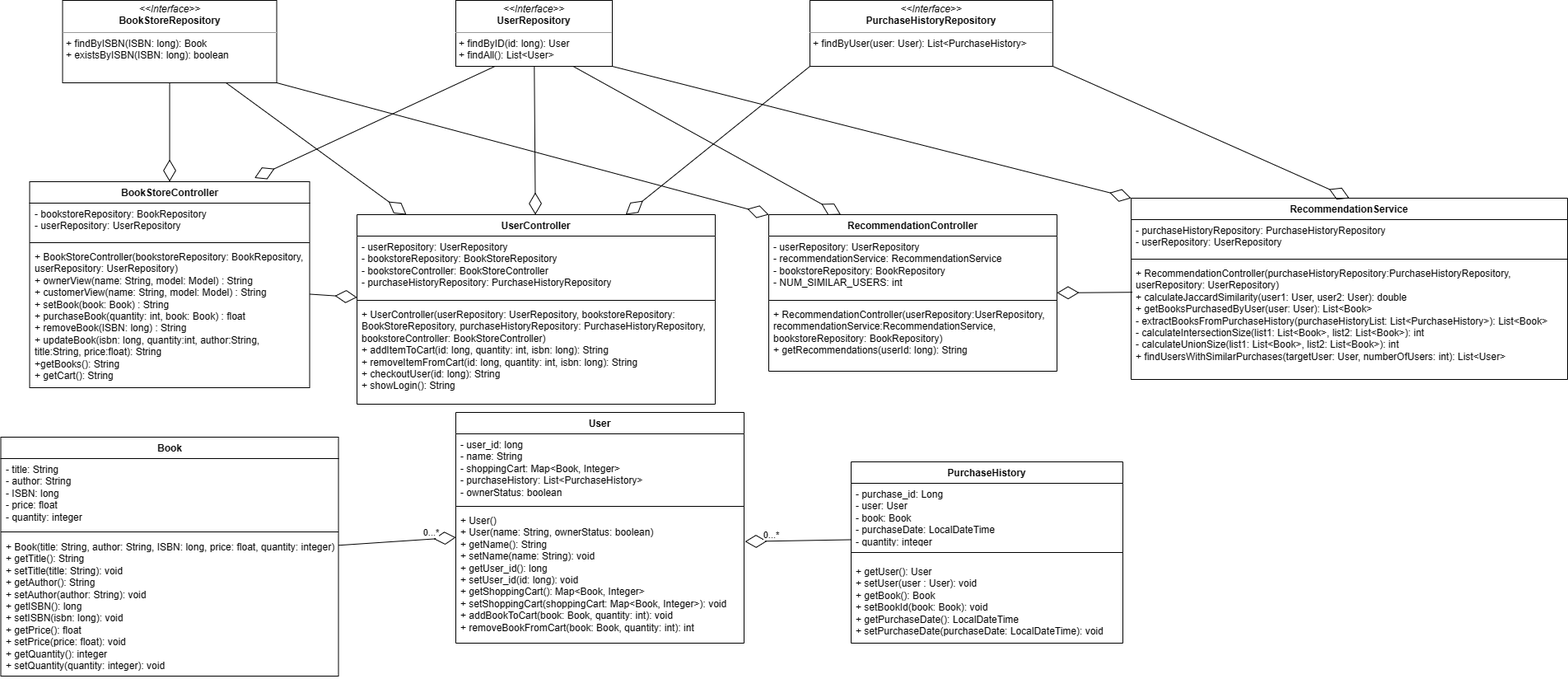
The draw.io diagram diagrams/UML_M2.png in FARHAN-MAHAMUD/SYSC-4806-Project, before a commit. Source tidied: cells renumbered, new cells last; positions are measured from the earlier drawing's top-left corner, leaving out a move shared by most shapes. Its diagram source:
```xml
<mxGraphModel>
  <root>
    <mxCell id="0" />
    <mxCell id="1" parent="0" />
    <mxCell id="2" value="Book" style="swimlane;fontStyle=1;align=center;verticalAlign=top;horizontal=1;startSize=26;whiteSpace=wrap;html=1;" parent="1" vertex="1">
      <mxGeometry x="-0.5" y="530" width="410" height="290" as="geometry" />
    </mxCell>
    <mxCell id="3" value="- title: String&lt;br style=&quot;border-color: var(--border-color);&quot;&gt;- author: String&lt;br style=&quot;border-color: var(--border-color);&quot;&gt;- ISBN: long&lt;br&gt;- price: float&lt;br&gt;- quantity: integer" style="text;strokeColor=none;fillColor=none;align=left;verticalAlign=top;spacingLeft=4;spacingRight=4;overflow=hidden;whiteSpace=wrap;html=1;" parent="2" vertex="1">
      <mxGeometry y="26" width="410" height="84" as="geometry" />
    </mxCell>
    <mxCell id="4" style="line;strokeWidth=1;fillColor=none;align=left;verticalAlign=middle;spacingTop=-1;spacingLeft=3;spacingRight=3;labelPosition=right;strokeColor=inherit;" parent="2" vertex="1">
      <mxGeometry y="110" width="410" height="10" as="geometry" />
    </mxCell>
    <mxCell id="5" value="+ Book(title: String, author: String, ISBN: long, price: float, quantity: integer)&lt;br&gt;+ getTitle(): String&lt;br&gt;+ setTitle(title: String): void&lt;br&gt;+ getAuthor(): String&lt;br style=&quot;border-color: var(--border-color);&quot;&gt;+ setAuthor(author: String): void&lt;br&gt;+ getISBN(): long&lt;br style=&quot;border-color: var(--border-color);&quot;&gt;+ setISBN(isbn: long): void&lt;br&gt;+ getPrice(): float&lt;br style=&quot;border-color: var(--border-color);&quot;&gt;+ setPrice(price: float): void&lt;br&gt;+ getQuantity(): integer&lt;br style=&quot;border-color: var(--border-color);&quot;&gt;+ setQuantity(quantity: integer): void" style="text;strokeColor=none;fillColor=none;align=left;verticalAlign=top;spacingLeft=4;spacingRight=4;overflow=hidden;whiteSpace=wrap;html=1;" parent="2" vertex="1">
      <mxGeometry y="120" width="410" height="170" as="geometry" />
    </mxCell>
    <mxCell id="6" value="User" style="swimlane;fontStyle=1;align=center;verticalAlign=top;horizontal=1;startSize=26;whiteSpace=wrap;html=1;" parent="1" vertex="1">
      <mxGeometry x="552" y="500" width="350" height="280" as="geometry" />
    </mxCell>
    <mxCell id="7" value="- user_id: long&lt;br&gt;- name: String&lt;br&gt;- shoppingCart: Map&amp;lt;Book, Integer&amp;gt;&lt;br&gt;-&amp;nbsp;purchaseHistory&lt;span style=&quot;background-color: initial;&quot;&gt;: List&amp;lt;PurchaseHistory&amp;gt;&lt;br&gt;- ownerStatus: boolean&lt;br&gt;&lt;/span&gt;" style="text;strokeColor=none;fillColor=none;align=left;verticalAlign=top;spacingLeft=4;spacingRight=4;overflow=hidden;whiteSpace=wrap;html=1;" parent="6" vertex="1">
      <mxGeometry y="26" width="350" height="84" as="geometry" />
    </mxCell>
    <mxCell id="8" style="line;strokeWidth=1;fillColor=none;align=left;verticalAlign=middle;spacingTop=-1;spacingLeft=3;spacingRight=3;labelPosition=right;strokeColor=inherit;" parent="6" vertex="1">
      <mxGeometry y="110" width="350" height="8" as="geometry" />
    </mxCell>
    <mxCell id="9" value="+ User()&lt;br&gt;+ User(name: String, ownerStatus: boolean)&lt;br&gt;+ getName(): String&lt;br&gt;+ setName(name: String): void&lt;br&gt;+ getUser_id(): long&lt;br&gt;+ setUser_id(id: long): void&lt;br&gt;+ getShoppingCart(): Map&amp;lt;Book, Integer&amp;gt;&lt;br&gt;+ setShoppingCart(shoppingCart: Map&amp;lt;Book, Integer&amp;gt;): void&lt;br&gt;+ addBookToCart(book: Book, quantity: int): void&lt;br&gt;+ removeBookFromCart(book: Book, quantity: int): int&lt;br&gt;&lt;br&gt;" style="text;strokeColor=none;fillColor=none;align=left;verticalAlign=top;spacingLeft=4;spacingRight=4;overflow=hidden;points=[[0,0.5],[1,0.5]];portConstraint=eastwest;whiteSpace=wrap;html=1;" parent="6" vertex="1">
      <mxGeometry y="118" width="350" height="162" as="geometry" />
    </mxCell>
    <mxCell id="10" style="endArrow=diamondThin;endFill=0;endSize=24;html=1;rounded=0;" parent="1" edge="1" source="2" target="6">
      <mxGeometry relative="1" as="geometry" />
    </mxCell>
    <mxCell id="11" value="0...*" style="edgeLabel;html=1;align=center;verticalAlign=middle;" parent="10" vertex="1">
      <mxGeometry x="0.56" relative="1" as="geometry">
        <mxPoint y="-10" as="offset" />
      </mxGeometry>
    </mxCell>
    <mxCell id="12" value="&lt;p style=&quot;margin:0px;margin-top:4px;text-align:center;&quot;&gt;&lt;i&gt;&amp;lt;&amp;lt;Interface&amp;gt;&amp;gt;&lt;/i&gt;&lt;br&gt;&lt;b&gt;BookStoreRepository&lt;/b&gt;&lt;/p&gt;&lt;hr size=&quot;1&quot;&gt;&lt;p style=&quot;margin:0px;margin-left:4px;&quot;&gt;&lt;/p&gt;&lt;p style=&quot;margin:0px;margin-left:4px;&quot;&gt;&lt;span style=&quot;background-color: initial;&quot;&gt;+ findByISBN(ISBN: long): Book&lt;/span&gt;&lt;br&gt;&lt;/p&gt;&lt;p style=&quot;margin:0px;margin-left:4px;&quot;&gt;&lt;span style=&quot;background-color: initial;&quot;&gt;+ existsByISBN(ISBN: long): boolean&lt;/span&gt;&lt;/p&gt;" style="verticalAlign=top;align=left;overflow=fill;fontSize=12;fontFamily=Helvetica;html=1;whiteSpace=wrap;" parent="1" vertex="1">
      <mxGeometry x="74.5" width="260" height="100" as="geometry" />
    </mxCell>
    <mxCell id="13" value="&lt;p style=&quot;margin:0px;margin-top:4px;text-align:center;&quot;&gt;&lt;i&gt;&amp;lt;&amp;lt;Interface&amp;gt;&amp;gt;&lt;/i&gt;&lt;br&gt;&lt;b&gt;UserRepository&lt;/b&gt;&lt;/p&gt;&lt;hr size=&quot;1&quot;&gt;&lt;p style=&quot;margin:0px;margin-left:4px;&quot;&gt;&lt;/p&gt;&lt;p style=&quot;margin:0px;margin-left:4px;&quot;&gt;&lt;span style=&quot;background-color: initial;&quot;&gt;+ findByID(id: long): User&lt;/span&gt;&lt;br&gt;&lt;/p&gt;&lt;p style=&quot;margin:0px;margin-left:4px;&quot;&gt;&lt;span style=&quot;background-color: initial;&quot;&gt;+ findAll(): List&amp;lt;User&amp;gt;&lt;/span&gt;&lt;/p&gt;" style="verticalAlign=top;align=left;overflow=fill;fontSize=12;fontFamily=Helvetica;html=1;whiteSpace=wrap;" parent="1" vertex="1">
      <mxGeometry x="552" width="190" height="80" as="geometry" />
    </mxCell>
    <mxCell id="14" value="BookStoreController" style="swimlane;fontStyle=1;align=center;verticalAlign=top;horizontal=1;startSize=26;whiteSpace=wrap;html=1;" parent="1" vertex="1">
      <mxGeometry x="34.5" y="220" width="340" height="250" as="geometry" />
    </mxCell>
    <mxCell id="15" value="- bookstoreRepository: BookRepository&lt;br&gt;- userRepository: UserRepository" style="text;strokeColor=none;fillColor=none;align=left;verticalAlign=top;spacingLeft=4;spacingRight=4;overflow=hidden;whiteSpace=wrap;html=1;" parent="14" vertex="1">
      <mxGeometry y="26" width="340" height="44" as="geometry" />
    </mxCell>
    <mxCell id="16" style="line;strokeWidth=1;fillColor=none;align=left;verticalAlign=middle;spacingTop=-1;spacingLeft=3;spacingRight=3;labelPosition=right;strokeColor=inherit;" parent="14" vertex="1">
      <mxGeometry y="70" width="340" height="8" as="geometry" />
    </mxCell>
    <mxCell id="17" value="+ BookStoreController(bookstoreRepository: BookRepository, userRepository: UserRepository)&lt;br&gt;+ ownerView(name: String, model: Model) : String&lt;br&gt;+ customerView(name: String, model: Model) : String&lt;br&gt;+ setBook(book: Book) : String&lt;br&gt;+ purchaseBook(quantity: int, book: Book) : float&lt;br style=&quot;border-color: var(--border-color);&quot;&gt;+ removeBook(ISBN: long) : String&lt;br&gt;+ updateBook(isbn: long, quantity:int, author:String, title:String, price:float): String&lt;br&gt;+getBooks():&amp;nbsp;String&lt;br&gt;+ getCart(): String" style="text;strokeColor=none;fillColor=none;align=left;verticalAlign=top;spacingLeft=4;spacingRight=4;overflow=hidden;whiteSpace=wrap;html=1;" parent="14" vertex="1">
      <mxGeometry y="78" width="340" height="172" as="geometry" />
    </mxCell>
    <mxCell id="18" value="UserController" style="swimlane;fontStyle=1;align=center;verticalAlign=top;horizontal=1;startSize=26;whiteSpace=wrap;html=1;" parent="1" vertex="1">
      <mxGeometry x="432" y="260" width="435" height="230" as="geometry" />
    </mxCell>
    <mxCell id="19" value="- userRepository: UserRepository&lt;br&gt;- bookstoreRepository: BookStoreRepository&lt;br&gt;- bookstoreController: BookStoreController&lt;br&gt;- purchaseHistoryRepository: PurchaseHistoryRepository" style="text;strokeColor=none;fillColor=none;align=left;verticalAlign=top;spacingLeft=4;spacingRight=4;overflow=hidden;whiteSpace=wrap;html=1;" parent="18" vertex="1">
      <mxGeometry y="26" width="435" height="74" as="geometry" />
    </mxCell>
    <mxCell id="20" style="line;strokeWidth=1;fillColor=none;align=left;verticalAlign=middle;spacingTop=-1;spacingLeft=3;spacingRight=3;labelPosition=right;strokeColor=inherit;" parent="18" vertex="1">
      <mxGeometry y="100" width="435" height="8" as="geometry" />
    </mxCell>
    <mxCell id="21" value="+ UserController(userRepository: UserRepository, bookstoreRepository: BookStoreRepository, purchaseHistoryRepository: PurchaseHistoryRepository, bookstoreController: BookStoreController)&lt;br&gt;+ addItemToCart(id: long, quantity: int, isbn: long): String&lt;br&gt;+&amp;nbsp;removeItemFromCart(id: long, quantity: int, isbn: long): String&lt;br&gt;+&amp;nbsp;checkoutUser(id: long): String&lt;br&gt;+&amp;nbsp;showLogin(): String&lt;br&gt;&lt;br&gt;" style="text;strokeColor=none;fillColor=none;align=left;verticalAlign=top;spacingLeft=4;spacingRight=4;overflow=hidden;whiteSpace=wrap;html=1;" parent="18" vertex="1">
      <mxGeometry y="108" width="435" height="122" as="geometry" />
    </mxCell>
    <mxCell id="22" style="endArrow=diamondThin;endFill=0;endSize=24;html=1;rounded=0;" parent="1" edge="1" source="12" target="14">
      <mxGeometry relative="1" as="geometry" />
    </mxCell>
    <mxCell id="23" style="endArrow=diamondThin;endFill=0;endSize=24;html=1;rounded=0;" parent="1" edge="1" source="13" target="18">
      <mxGeometry relative="1" as="geometry" />
    </mxCell>
    <mxCell id="24" style="endArrow=diamondThin;endFill=0;endSize=24;html=1;rounded=0;" parent="1" edge="1" source="12" target="18">
      <mxGeometry relative="1" as="geometry" />
    </mxCell>
    <mxCell id="25" style="endArrow=diamondThin;endFill=0;endSize=24;html=1;rounded=0;" parent="1" edge="1" source="14" target="18">
      <mxGeometry relative="1" as="geometry" />
    </mxCell>
    <mxCell id="26" value="&lt;p style=&quot;margin:0px;margin-top:4px;text-align:center;&quot;&gt;&lt;i&gt;&amp;lt;&amp;lt;Interface&amp;gt;&amp;gt;&lt;/i&gt;&lt;br&gt;&lt;b&gt;PurchaseHistoryRepository&lt;/b&gt;&lt;/p&gt;&lt;hr size=&quot;1&quot;&gt;&lt;p style=&quot;margin:0px;margin-left:4px;&quot;&gt;&lt;/p&gt;&lt;p style=&quot;margin:0px;margin-left:4px;&quot;&gt;&lt;span style=&quot;background-color: initial;&quot;&gt;+ findByUser(user: User): List&amp;lt;PurchaseHistory&amp;gt;&lt;/span&gt;&lt;/p&gt;" style="verticalAlign=top;align=left;overflow=fill;fontSize=12;fontFamily=Helvetica;html=1;whiteSpace=wrap;" parent="1" vertex="1">
      <mxGeometry x="982" width="295" height="80" as="geometry" />
    </mxCell>
    <mxCell id="27" value="PurchaseHistory" style="swimlane;fontStyle=1;align=center;verticalAlign=top;horizontal=1;startSize=26;whiteSpace=wrap;html=1;" parent="1" vertex="1">
      <mxGeometry x="1032" y="560" width="330" height="220" as="geometry" />
    </mxCell>
    <mxCell id="28" value="- purchase_id: Long&lt;br style=&quot;border-color: var(--border-color);&quot;&gt;- user: User&lt;br style=&quot;border-color: var(--border-color);&quot;&gt;- book: Book&lt;br&gt;- purchaseDate: LocalDateTime&lt;br&gt;- quantity: integer" style="text;strokeColor=none;fillColor=none;align=left;verticalAlign=top;spacingLeft=4;spacingRight=4;overflow=hidden;points=[[0,0.5],[1,0.5]];portConstraint=eastwest;whiteSpace=wrap;html=1;" parent="27" vertex="1">
      <mxGeometry y="26" width="330" height="74" as="geometry" />
    </mxCell>
    <mxCell id="29" style="line;strokeWidth=1;fillColor=none;align=left;verticalAlign=middle;spacingTop=-1;spacingLeft=3;spacingRight=3;labelPosition=right;strokeColor=inherit;" parent="27" vertex="1">
      <mxGeometry y="100" width="330" height="20" as="geometry" />
    </mxCell>
    <mxCell id="30" value="+ getUser(): User&lt;br&gt;+ setUser(user : User): void&lt;br&gt;+ getBook(): Book&lt;br&gt;+ setBookId(book: Book): void&lt;br&gt;+ getPurchaseDate(): LocalDateTime&lt;br&gt;+ setPurchaseDate(purchaseDate: LocalDateTime): void" style="text;strokeColor=none;fillColor=none;align=left;verticalAlign=top;spacingLeft=4;spacingRight=4;overflow=hidden;whiteSpace=wrap;html=1;" parent="27" vertex="1">
      <mxGeometry y="120" width="330" height="100" as="geometry" />
    </mxCell>
    <mxCell id="31" value="RecommendationController" style="swimlane;fontStyle=1;align=center;verticalAlign=top;horizontal=1;startSize=26;whiteSpace=wrap;html=1;" parent="1" vertex="1">
      <mxGeometry x="932" y="260" width="350" height="190" as="geometry" />
    </mxCell>
    <mxCell id="32" value="- userRepository: UserRepository&lt;br&gt;- recommendationService: RecommendationService&lt;br&gt;- bookstoreRepository: BookRepository&lt;br&gt;- NUM_SIMILAR_USERS: int" style="text;strokeColor=none;fillColor=none;align=left;verticalAlign=top;spacingLeft=4;spacingRight=4;overflow=hidden;points=[[0,0.5],[1,0.5]];portConstraint=eastwest;whiteSpace=wrap;html=1;" parent="31" vertex="1">
      <mxGeometry y="26" width="350" height="74" as="geometry" />
    </mxCell>
    <mxCell id="33" style="line;strokeWidth=1;fillColor=none;align=left;verticalAlign=middle;spacingTop=-1;spacingLeft=3;spacingRight=3;labelPosition=right;strokeColor=inherit;" parent="31" vertex="1">
      <mxGeometry y="100" width="350" height="8" as="geometry" />
    </mxCell>
    <mxCell id="34" value="+ RecommendationController(userRepository:UserRepository, recommendationService:RecommendationService, bookstoreRepository: BookRepository)&lt;br&gt;+ getRecommendations(userId: long): String" style="text;strokeColor=none;fillColor=none;align=left;verticalAlign=top;spacingLeft=4;spacingRight=4;overflow=hidden;whiteSpace=wrap;html=1;" parent="31" vertex="1">
      <mxGeometry y="108" width="350" height="82" as="geometry" />
    </mxCell>
    <mxCell id="35" value="RecommendationService" style="swimlane;fontStyle=1;align=center;verticalAlign=top;horizontal=1;startSize=26;whiteSpace=wrap;html=1;" parent="1" vertex="1">
      <mxGeometry x="1372" y="240" width="530" height="220" as="geometry" />
    </mxCell>
    <mxCell id="36" value="- purchaseHistoryRepository:&amp;nbsp;PurchaseHistoryRepository&lt;br&gt;- userRepository: UserRepository" style="text;strokeColor=none;fillColor=none;align=left;verticalAlign=top;spacingLeft=4;spacingRight=4;overflow=hidden;whiteSpace=wrap;html=1;" parent="35" vertex="1">
      <mxGeometry y="26" width="530" height="44" as="geometry" />
    </mxCell>
    <mxCell id="37" style="line;strokeWidth=1;fillColor=none;align=left;verticalAlign=middle;spacingTop=-1;spacingLeft=3;spacingRight=3;labelPosition=right;strokeColor=inherit;" parent="35" vertex="1">
      <mxGeometry y="70" width="530" height="8" as="geometry" />
    </mxCell>
    <mxCell id="38" value="+ RecommendationController(purchaseHistoryRepository:PurchaseHistoryRepository, userRepository: UserRepository)&lt;br&gt;+ calculateJaccardSimilarity(user1: User, user2: User): double&lt;br&gt;+&amp;nbsp;getBooksPurchasedByUser(user: User): List&amp;lt;Book&amp;gt;&lt;br&gt;-&amp;nbsp;extractBooksFromPurchaseHistory(purchaseHistoryList: List&amp;lt;PurchaseHistory&amp;gt;): List&amp;lt;Book&amp;gt;&lt;br&gt;-&amp;nbsp;calculateIntersectionSize(list1: List&amp;lt;Book&amp;gt;, list2: List&amp;lt;Book&amp;gt;): int&lt;br&gt;-&amp;nbsp;calculateUnionSize(list1: List&amp;lt;Book&amp;gt;, list2: List&amp;lt;Book&amp;gt;): int&lt;br&gt;+&amp;nbsp;findUsersWithSimilarPurchases(targetUser: User, numberOfUsers: int): List&amp;lt;User&amp;gt;" style="text;strokeColor=none;fillColor=none;align=left;verticalAlign=top;spacingLeft=4;spacingRight=4;overflow=hidden;points=[[0,0.5],[1,0.5]];portConstraint=eastwest;whiteSpace=wrap;html=1;" parent="35" vertex="1">
      <mxGeometry y="78" width="530" height="142" as="geometry" />
    </mxCell>
    <mxCell id="39" style="endArrow=diamondThin;endFill=0;endSize=24;html=1;rounded=0;entryX=0.803;entryY=-0.018;entryDx=0;entryDy=0;entryPerimeter=0;exitX=0.25;exitY=1;exitDx=0;exitDy=0;" parent="1" edge="1" source="13" target="14">
      <mxGeometry relative="1" as="geometry" />
    </mxCell>
    <mxCell id="40" style="endArrow=diamondThin;endFill=0;endSize=24;html=1;rounded=0;exitX=0;exitY=1;exitDx=0;exitDy=0;entryX=0.75;entryY=0;entryDx=0;entryDy=0;" parent="1" edge="1" source="26" target="18">
      <mxGeometry relative="1" as="geometry" />
    </mxCell>
    <mxCell id="41" style="endArrow=diamondThin;endFill=0;endSize=24;html=1;rounded=0;exitX=1;exitY=1;exitDx=0;exitDy=0;entryX=0.5;entryY=0;entryDx=0;entryDy=0;" parent="1" edge="1" source="26" target="35">
      <mxGeometry relative="1" as="geometry" />
    </mxCell>
    <mxCell id="42" style="endArrow=diamondThin;endFill=0;endSize=24;html=1;rounded=0;entryX=0.25;entryY=0;entryDx=0;entryDy=0;exitX=0.75;exitY=1;exitDx=0;exitDy=0;" parent="1" edge="1" source="13" target="31">
      <mxGeometry relative="1" as="geometry" />
    </mxCell>
    <mxCell id="43" style="endArrow=diamondThin;endFill=0;endSize=24;html=1;rounded=0;entryX=0;entryY=0;entryDx=0;entryDy=0;exitX=1;exitY=1;exitDx=0;exitDy=0;" parent="1" edge="1" source="13" target="35">
      <mxGeometry relative="1" as="geometry" />
    </mxCell>
    <mxCell id="44" style="endArrow=diamondThin;endFill=0;endSize=24;html=1;rounded=0;entryX=0;entryY=0;entryDx=0;entryDy=0;exitX=1;exitY=1;exitDx=0;exitDy=0;" parent="1" edge="1" source="12" target="31">
      <mxGeometry relative="1" as="geometry" />
    </mxCell>
    <mxCell id="45" style="endArrow=diamondThin;endFill=0;endSize=24;html=1;rounded=0;exitX=0.003;exitY=0.255;exitDx=0;exitDy=0;exitPerimeter=0;entryX=1;entryY=0.931;entryDx=0;entryDy=0;entryPerimeter=0;" parent="1" edge="1" source="38" target="32">
      <mxGeometry relative="1" as="geometry" />
    </mxCell>
    <mxCell id="46" style="endArrow=diamondThin;endFill=0;endSize=24;html=1;rounded=0;entryX=1.003;entryY=0.239;entryDx=0;entryDy=0;entryPerimeter=0;exitX=0.002;exitY=0.925;exitDx=0;exitDy=0;exitPerimeter=0;" parent="1" edge="1" source="28" target="9">
      <mxGeometry relative="1" as="geometry" />
    </mxCell>
    <mxCell id="47" value="0...*" style="edgeLabel;html=1;align=center;verticalAlign=middle;" parent="46" vertex="1">
      <mxGeometry x="0.56" relative="1" as="geometry">
        <mxPoint y="-10" as="offset" />
      </mxGeometry>
    </mxCell>
  </root>
</mxGraphModel>
```
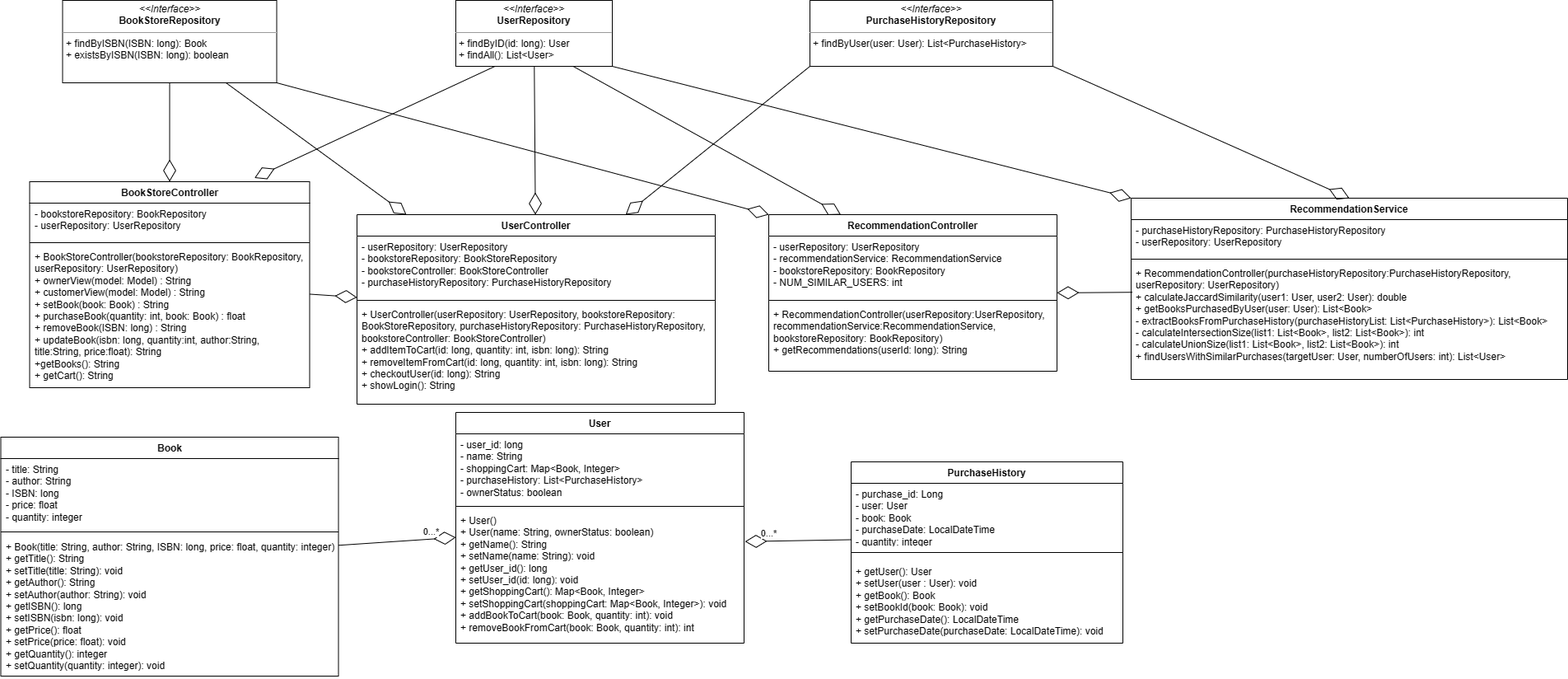
Later version of the same file.

Diff of the diagram source:
```diff
@@ -49,7 +49,7 @@
     <mxCell id="16" style="line;strokeWidth=1;fillColor=none;align=left;verticalAlign=middle;spacingTop=-1;spacingLeft=3;spacingRight=3;labelPosition=right;strokeColor=inherit;" parent="14" vertex="1">
       <mxGeometry y="70" width="340" height="8" as="geometry" />
     </mxCell>
-    <mxCell id="17" value="+ BookStoreController(bookstoreRepository: BookRepository, userRepository: UserRepository)&lt;br&gt;+ ownerView(name: String, model: Model) : String&lt;br&gt;+ customerView(name: String, model: Model) : String&lt;br&gt;+ setBook(book: Book) : String&lt;br&gt;+ purchaseBook(quantity: int, book: Book) : float&lt;br style=&quot;border-color: var(--border-color);&quot;&gt;+ removeBook(ISBN: long) : String&lt;br&gt;+ updateBook(isbn: long, quantity:int, author:String, title:String, price:float): String&lt;br&gt;+getBooks():&amp;nbsp;String&lt;br&gt;+ getCart(): String" style="text;strokeColor=none;fillColor=none;align=left;verticalAlign=top;spacingLeft=4;spacingRight=4;overflow=hidden;whiteSpace=wrap;html=1;" parent="14" vertex="1">
+    <mxCell id="17" value="+ BookStoreController(bookstoreRepository: BookRepository, userRepository: UserRepository)&lt;br&gt;+ ownerView(model: Model) : String&lt;br&gt;+ customerView(model: Model) : String&lt;br&gt;+ setBook(book: Book) : String&lt;br&gt;+ purchaseBook(quantity: int, book: Book) : float&lt;br style=&quot;border-color: var(--border-color);&quot;&gt;+ removeBook(ISBN: long) : String&lt;br&gt;+ updateBook(isbn: long, quantity:int, author:String, title:String, price:float): String&lt;br&gt;+getBooks():&amp;nbsp;String&lt;br&gt;+ getCart(): String" style="text;strokeColor=none;fillColor=none;align=left;verticalAlign=top;spacingLeft=4;spacingRight=4;overflow=hidden;whiteSpace=wrap;html=1;" parent="14" vertex="1">
       <mxGeometry y="78" width="340" height="172" as="geometry" />
     </mxCell>
     <mxCell id="18" value="UserController" style="swimlane;fontStyle=1;align=center;verticalAlign=top;horizontal=1;startSize=26;whiteSpace=wrap;html=1;" parent="1" vertex="1">
```
